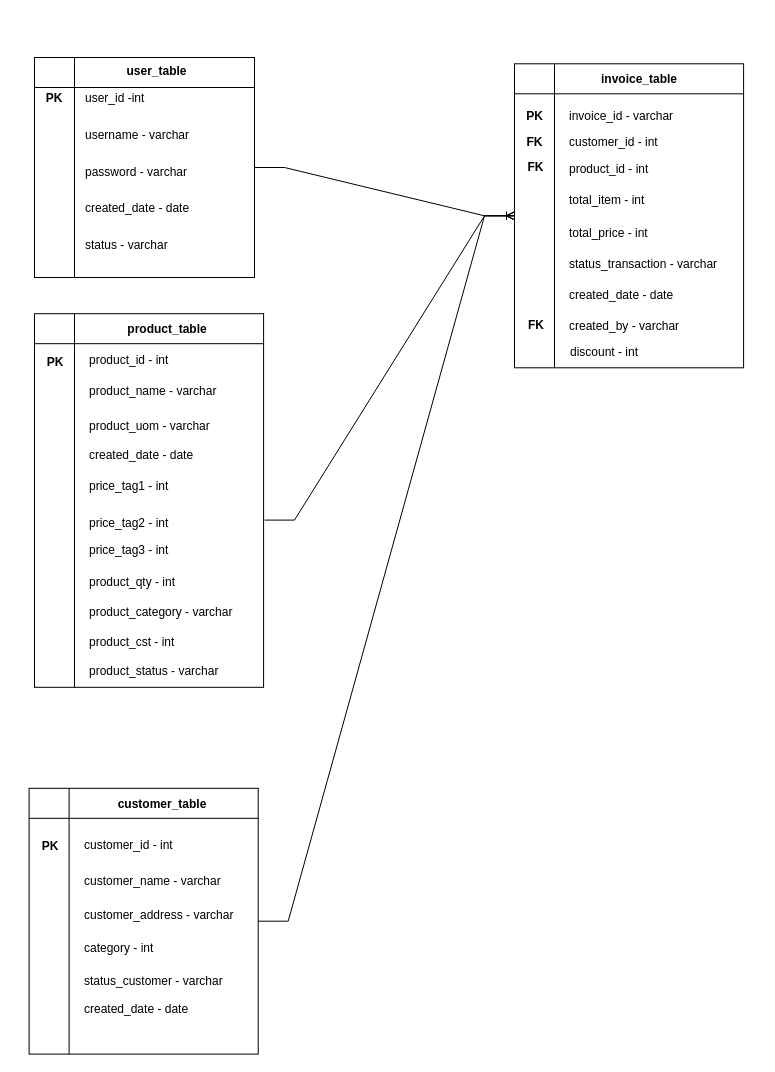
Before: Cahaya Gading Diagram.drawio in riolentius/CahayaGading, a draw.io diagram. Source tidied: cells renumbered, new cells numbered last; positions are measured from the earlier drawing's top-left corner, leaving out a move shared by most shapes. Both pictures are drawn from the tidied source at 100%, with x=0, y=0 at pixel (16, 47).
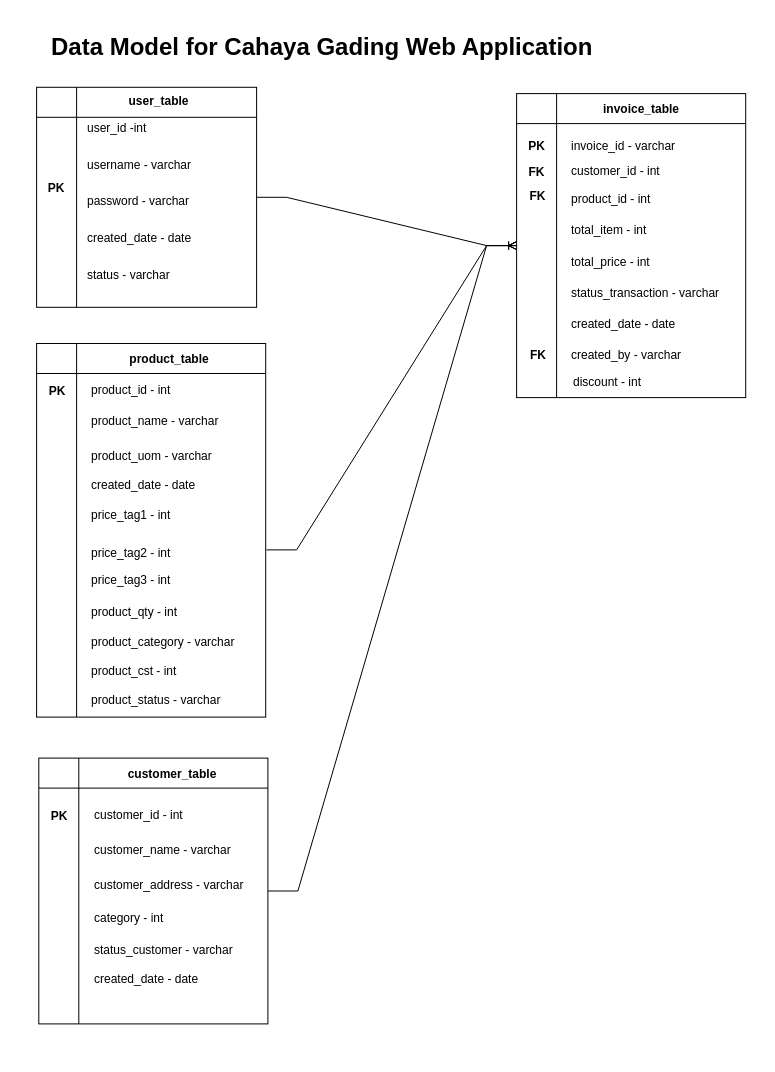
The same diagram, later.

Change to the diagram source:
```diff
@@
     <mxCell id="2" style="group;" parent="1" vertex="1">
-      <mxGeometry x="8" y="10" width="230" height="220" as="geometry" />
+      <mxGeometry x="10.1" y="99.8" width="230" height="220" as="geometry" />
     </mxCell>
     <mxCell id="3" style="group;" parent="2" vertex="1">
-      <mxGeometry x="10" width="220" height="220" as="geometry" />
+      <mxGeometry x="10" y="-60" width="220" height="220" as="geometry" />
     </mxCell>
@@
     <mxCell id="13" style="group;" parent="1" vertex="1">
-      <mxGeometry x="18" y="260" width="240" height="410" as="geometry" />
+      <mxGeometry x="20.1" y="289.8" width="240" height="410" as="geometry" />
     </mxCell>
@@
     <mxCell id="30" style="group;" parent="1" vertex="1">
-      <mxGeometry x="12.6" y="730" width="240" height="270" as="geometry" />
+      <mxGeometry x="22.3" y="699.8" width="240" height="270" as="geometry" />
     </mxCell>
@@
     <mxCell id="41" style="group;" parent="1" vertex="1">
-      <mxGeometry x="498" y="10" width="240" height="390" as="geometry" />
+      <mxGeometry x="500.1" y="39.8" width="240" height="390" as="geometry" />
     </mxCell>
@@
+    <mxCell id="60" value="&lt;h1&gt;Data Model for Cahaya Gading Web Application&lt;br&gt;&lt;/h1&gt;" style="text;html=1;strokeColor=none;fillColor=none;spacing=5;spacingTop=-20;whiteSpace=wrap;overflow=hidden;rounded=0;" parent="1" vertex="1">
+      <mxGeometry x="30.1" y="-20.2" width="687.9" height="50.2" as="geometry" />
+    </mxCell>
```
